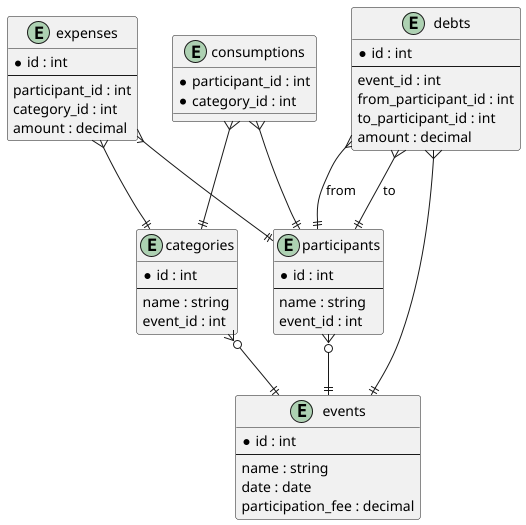
Above: docs/diagrams/erd diagram/ERD.png in emaheff/expense-sharing-system (PlantUML), before the change.
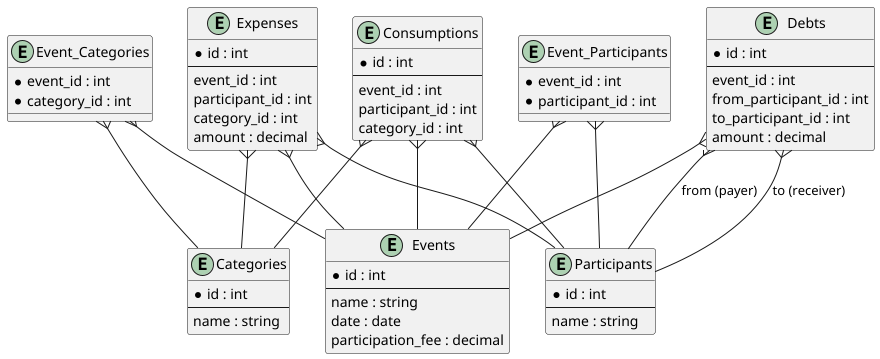
After the change.

Diff of the diagram source:
```diff
@@ -1,42 +1,55 @@
 @startuml
 
-entity events {
-  *id : int
+
+entity "Events" as events {
+  * id : int
   --
   name : string
   date : date
   participation_fee : decimal
 }
 
-entity participants {
-  *id : int
+entity "Participants" as participants {
+  * id : int
   --
   name : string
-  event_id : int
 }
 
-entity categories {
-  *id : int
+entity "Event_Participants" as eventParticipants {
+  * event_id : int
+  * participant_id : int
+}
+
+entity "Categories" as categories {
+  * id : int
   --
   name : string
-  event_id : int
 }
 
-entity expenses {
-  *id : int
+entity "Event_Categories" as eventCategories {
+  * event_id : int
+  * category_id : int
+}
+
+entity "Expenses" as expenses {
+  * id : int
   --
+  event_id : int
   participant_id : int
   category_id : int
   amount : decimal
 }
 
-entity consumptions {
-  *participant_id : int
-  *category_id : int
+entity "Consumptions" as consumptions {
+  * id : int
+  --
+  event_id : int
+  participant_id : int
+  category_id : int
 }
 
-entity debts {
-  *id : int
+entity "Debts" as debts {
+  * id : int
   --
   event_id : int
   from_participant_id : int
@@ -44,14 +57,23 @@
   amount : decimal
 }
 
-participants }o--|| events
-categories }o--|| events
-expenses }--|| participants
-expenses }--|| categories
-consumptions }--|| participants
-consumptions }--|| categories
-debts }--|| events
-debts }--|| participants : from
-debts }--|| participants : to
+
+eventParticipants }-- events
+eventParticipants }-- participants
+
+eventCategories }-- events
+eventCategories }-- categories
+
+expenses }-- events
+expenses }-- participants
+expenses }-- categories
+
+consumptions }-- events
+consumptions }-- participants
+consumptions }-- categories
+
+debts }-- events
+debts }-- participants : "from (payer)"
+debts }-- participants : "to (receiver)"
 
 @enduml
```
